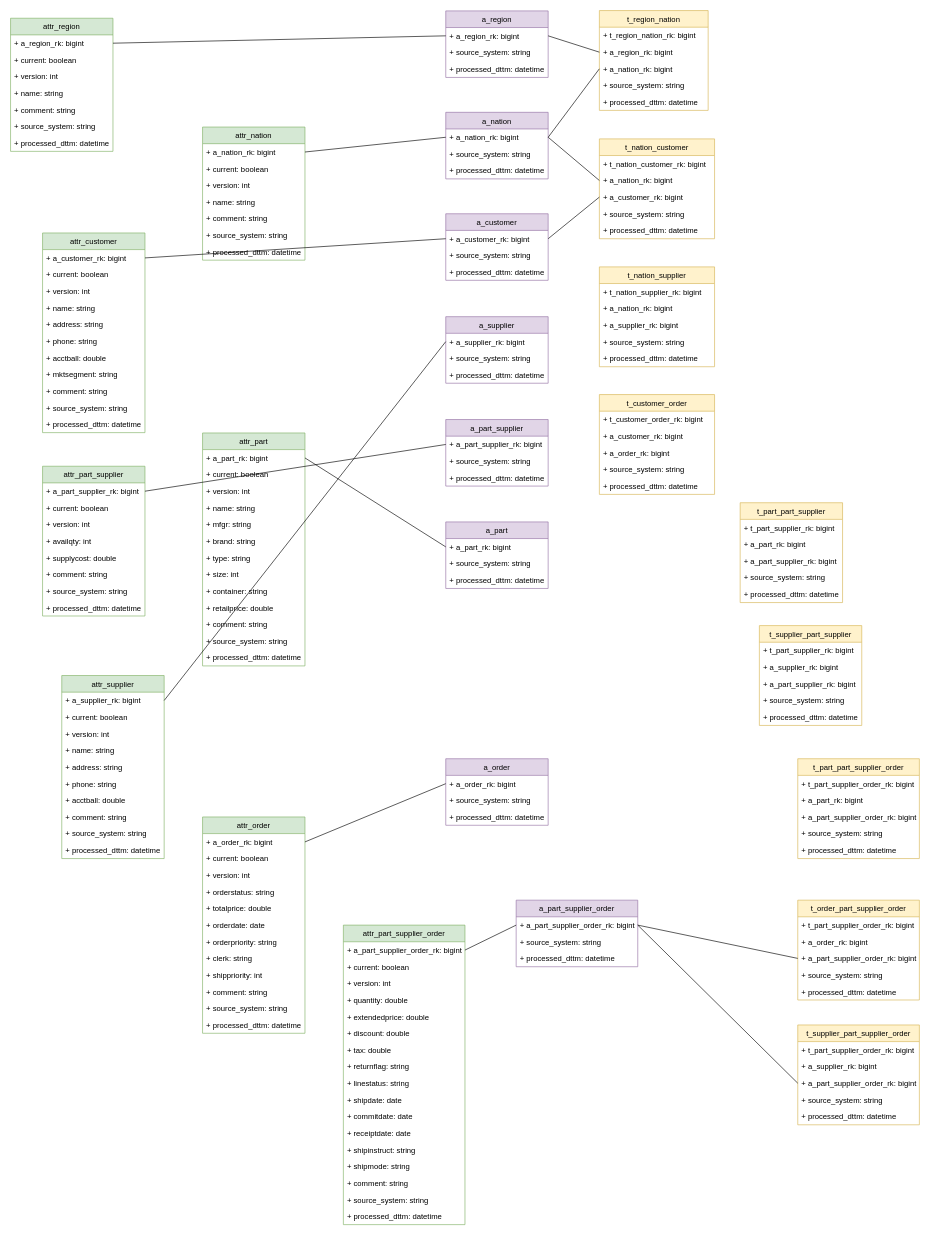
Earlier version of the draw.io diagram DZ1/Anchor.drawio (DMfananddu/DWH). Source tidied: cells renumbered, new cells numbered last; positions are measured from the earlier drawing's top-left corner, leaving out a move shared by most shapes. Both pictures are drawn from the tidied source at 64%, with x=0, y=0 at pixel (10, 10).
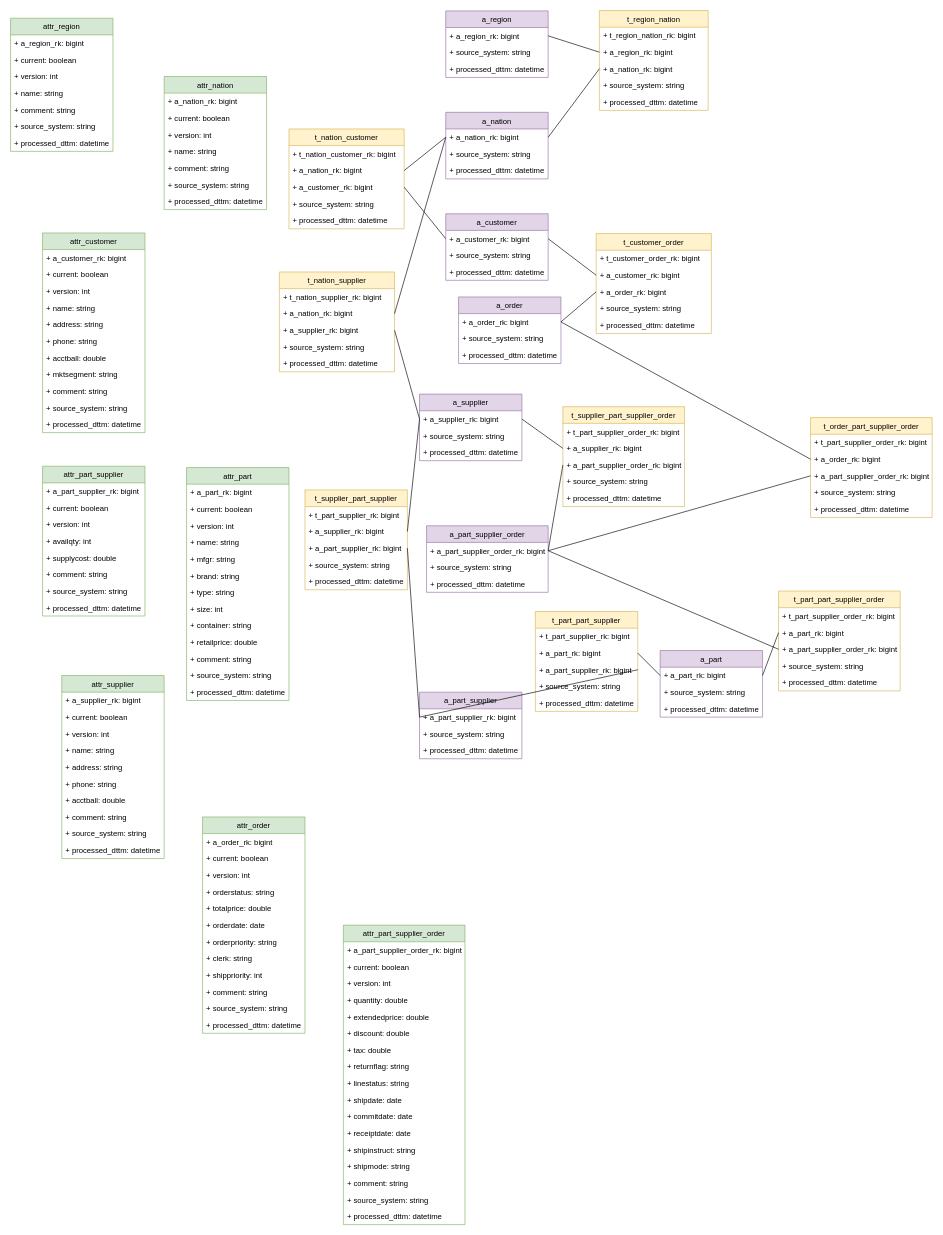
The same diagram, later.

The change refers to these unchanged cells:
```xml
<mxCell id="3" value="+ a_region_rk: bigint" style="text;strokeColor=none;fillColor=none;align=left;verticalAlign=top;spacingLeft=4;spacingRight=4;overflow=hidden;points=[[0,0.5],[1,0.5]];portConstraint=eastwest;" parent="2" vertex="1">
<mxCell id="7" value="+ a_region_rk: bigint" style="text;strokeColor=none;fillColor=none;align=left;verticalAlign=top;spacingLeft=4;spacingRight=4;overflow=hidden;points=[[0,0.5],[1,0.5]];portConstraint=eastwest;" parent="6" vertex="1">
<mxCell id="16" value="+ a_part_supplier_rk: bigint" style="text;strokeColor=none;fillColor=none;align=left;verticalAlign=top;spacingLeft=4;spacingRight=4;overflow=hidden;points=[[0,0.5],[1,0.5]];portConstraint=eastwest;" parent="15" vertex="1">
<mxCell id="20" value="+ a_part_supplier_order_rk: bigint" style="text;strokeColor=none;fillColor=none;align=left;verticalAlign=top;spacingLeft=4;spacingRight=4;overflow=hidden;points=[[0,0.5],[1,0.5]];portConstraint=eastwest;" parent="19" vertex="1">
<mxCell id="30" value="+ a_nation_rk: bigint" style="text;strokeColor=none;fillColor=none;align=left;verticalAlign=top;spacingLeft=4;spacingRight=4;overflow=hidden;points=[[0,0.5],[1,0.5]];portConstraint=eastwest;" parent="29" vertex="1">
<mxCell id="34" value="+ a_supplier_rk: bigint" style="text;strokeColor=none;fillColor=none;align=left;verticalAlign=top;spacingLeft=4;spacingRight=4;overflow=hidden;points=[[0,0.5],[1,0.5]];portConstraint=eastwest;" parent="33" vertex="1">
<mxCell id="38" value="+ a_customer_rk: bigint" style="text;strokeColor=none;fillColor=none;align=left;verticalAlign=top;spacingLeft=4;spacingRight=4;overflow=hidden;points=[[0,0.5],[1,0.5]];portConstraint=eastwest;" parent="37" vertex="1">
<mxCell id="42" value="+ a_order_rk: bigint" style="text;strokeColor=none;fillColor=none;align=left;verticalAlign=top;spacingLeft=4;spacingRight=4;overflow=hidden;points=[[0,0.5],[1,0.5]];portConstraint=eastwest;" parent="41" vertex="1">
<mxCell id="46" value="+ a_part_rk: bigint" style="text;strokeColor=none;fillColor=none;align=left;verticalAlign=top;spacingLeft=4;spacingRight=4;overflow=hidden;points=[[0,0.5],[1,0.5]];portConstraint=eastwest;" parent="45" vertex="1">
<mxCell id="53" value="+ a_nation_rk: bigint" style="text;strokeColor=none;fillColor=none;align=left;verticalAlign=top;spacingLeft=4;spacingRight=4;overflow=hidden;points=[[0,0.5],[1,0.5]];portConstraint=eastwest;" parent="51" vertex="1">
<mxCell id="54" value="+ a_customer_rk: bigint" style="text;strokeColor=none;fillColor=none;align=left;verticalAlign=top;spacingLeft=4;spacingRight=4;overflow=hidden;points=[[0,0.5],[1,0.5]];portConstraint=eastwest;" parent="51" vertex="1">
<mxCell id="59" value="+ a_nation_rk: bigint" style="text;strokeColor=none;fillColor=none;align=left;verticalAlign=top;spacingLeft=4;spacingRight=4;overflow=hidden;points=[[0,0.5],[1,0.5]];portConstraint=eastwest;" parent="57" vertex="1">
<mxCell id="60" value="+ a_supplier_rk: bigint" style="text;strokeColor=none;fillColor=none;align=left;verticalAlign=top;spacingLeft=4;spacingRight=4;overflow=hidden;points=[[0,0.5],[1,0.5]];portConstraint=eastwest;" parent="57" vertex="1">
<mxCell id="65" value="+ a_customer_rk: bigint" style="text;strokeColor=none;fillColor=none;align=left;verticalAlign=top;spacingLeft=4;spacingRight=4;overflow=hidden;points=[[0,0.5],[1,0.5]];portConstraint=eastwest;" parent="63" vertex="1">
<mxCell id="66" value="+ a_order_rk: bigint" style="text;strokeColor=none;fillColor=none;align=left;verticalAlign=top;spacingLeft=4;spacingRight=4;overflow=hidden;points=[[0,0.5],[1,0.5]];portConstraint=eastwest;" parent="63" vertex="1">
<mxCell id="72" value="+ a_nation_rk: bigint" style="text;strokeColor=none;fillColor=none;align=left;verticalAlign=top;spacingLeft=4;spacingRight=4;overflow=hidden;points=[[0,0.5],[1,0.5]];portConstraint=eastwest;" parent="71" vertex="1">
<mxCell id="81" value="+ a_customer_rk: bigint" style="text;strokeColor=none;fillColor=none;align=left;verticalAlign=top;spacingLeft=4;spacingRight=4;overflow=hidden;points=[[0,0.5],[1,0.5]];portConstraint=eastwest;" parent="80" vertex="1">
<mxCell id="94" value="+ a_part_rk: bigint" style="text;strokeColor=none;fillColor=none;align=left;verticalAlign=top;spacingLeft=4;spacingRight=4;overflow=hidden;points=[[0,0.5],[1,0.5]];portConstraint=eastwest;" parent="93" vertex="1">
<mxCell id="109" value="+ a_supplier_rk: bigint" style="text;strokeColor=none;fillColor=none;align=left;verticalAlign=top;spacingLeft=4;spacingRight=4;overflow=hidden;points=[[0,0.5],[1,0.5]];portConstraint=eastwest;" parent="108" vertex="1">
<mxCell id="120" value="+ a_order_rk: bigint" style="text;strokeColor=none;fillColor=none;align=left;verticalAlign=top;spacingLeft=4;spacingRight=4;overflow=hidden;points=[[0,0.5],[1,0.5]];portConstraint=eastwest;" parent="119" vertex="1">
<mxCell id="135" value="+ a_part_supplier_rk: bigint" style="text;strokeColor=none;fillColor=none;align=left;verticalAlign=top;spacingLeft=4;spacingRight=4;overflow=hidden;points=[[0,0.5],[1,0.5]];portConstraint=eastwest;" parent="134" vertex="1">
<mxCell id="144" value="+ a_part_supplier_order_rk: bigint" style="text;strokeColor=none;fillColor=none;align=left;verticalAlign=top;spacingLeft=4;spacingRight=4;overflow=hidden;points=[[0,0.5],[1,0.5]];portConstraint=eastwest;" parent="143" vertex="1">
<mxCell id="163" value="+ a_supplier_rk: bigint" style="text;strokeColor=none;fillColor=none;align=left;verticalAlign=top;spacingLeft=4;spacingRight=4;overflow=hidden;points=[[0,0.5],[1,0.5]];portConstraint=eastwest;" parent="161" vertex="1">
<mxCell id="164" value="+ a_part_supplier_rk: bigint" style="text;strokeColor=none;fillColor=none;align=left;verticalAlign=top;spacingLeft=4;spacingRight=4;overflow=hidden;points=[[0,0.5],[1,0.5]];portConstraint=eastwest;" parent="161" vertex="1">
<mxCell id="169" value="+ a_part_rk: bigint" style="text;strokeColor=none;fillColor=none;align=left;verticalAlign=top;spacingLeft=4;spacingRight=4;overflow=hidden;points=[[0,0.5],[1,0.5]];portConstraint=eastwest;" parent="167" vertex="1">
<mxCell id="170" value="+ a_part_supplier_rk: bigint" style="text;strokeColor=none;fillColor=none;align=left;verticalAlign=top;spacingLeft=4;spacingRight=4;overflow=hidden;points=[[0,0.5],[1,0.5]];portConstraint=eastwest;" parent="167" vertex="1">
<mxCell id="175" value="+ a_part_rk: bigint" style="text;strokeColor=none;fillColor=none;align=left;verticalAlign=top;spacingLeft=4;spacingRight=4;overflow=hidden;points=[[0,0.5],[1,0.5]];portConstraint=eastwest;" parent="173" vertex="1">
<mxCell id="176" value="+ a_part_supplier_order_rk: bigint" style="text;strokeColor=none;fillColor=none;align=left;verticalAlign=top;spacingLeft=4;spacingRight=4;overflow=hidden;points=[[0,0.5],[1,0.5]];portConstraint=eastwest;" parent="173" vertex="1">
<mxCell id="181" value="+ a_order_rk: bigint" style="text;strokeColor=none;fillColor=none;align=left;verticalAlign=top;spacingLeft=4;spacingRight=4;overflow=hidden;points=[[0,0.5],[1,0.5]];portConstraint=eastwest;" parent="179" vertex="1">
<mxCell id="182" value="+ a_part_supplier_order_rk: bigint" style="text;strokeColor=none;fillColor=none;align=left;verticalAlign=top;spacingLeft=4;spacingRight=4;overflow=hidden;points=[[0,0.5],[1,0.5]];portConstraint=eastwest;" parent="179" vertex="1">
<mxCell id="187" value="+ a_supplier_rk: bigint" style="text;strokeColor=none;fillColor=none;align=left;verticalAlign=top;spacingLeft=4;spacingRight=4;overflow=hidden;points=[[0,0.5],[1,0.5]];portConstraint=eastwest;" parent="185" vertex="1">
```

Change to the diagram source:
```diff
@@
-    <mxCell id="14" style="rounded=0;jettySize=auto;html=1;entryX=0;entryY=0.5;entryDx=0;entryDy=0;endArrow=none;endFill=0;exitX=1;exitY=0.5;exitDx=0;exitDy=0;" parent="1" edge="1" source="7" target="3">
-      <mxGeometry relative="1" as="geometry" />
-    </mxCell>
     <mxCell id="15" value="a_part_supplier" style="swimlane;fontStyle=0;horizontal=1;startSize=26;fillColor=#e1d5e7;verticalAlign=middle;strokeColor=#9673a6;" parent="1" vertex="1">
-      <mxGeometry x="680" y="639" width="160" height="104" as="geometry" />
+      <mxGeometry x="639" y="1065" width="160" height="104" as="geometry" />
     </mxCell>
@@
     <mxCell id="19" value="a_part_supplier_order" style="swimlane;fontStyle=0;horizontal=1;startSize=26;fillColor=#e1d5e7;strokeColor=#9673a6;" parent="1" vertex="1">
-      <mxGeometry x="790" y="1390" width="190" height="104" as="geometry" />
+      <mxGeometry x="650" y="805" width="190" height="104" as="geometry" />
     </mxCell>
@@
     <mxCell id="33" value="a_supplier" style="swimlane;fontStyle=0;horizontal=1;startSize=26;fillColor=#e1d5e7;align=center;verticalAlign=middle;strokeColor=#9673a6;" parent="1" vertex="1">
-      <mxGeometry x="680" y="478.3" width="160" height="104" as="geometry" />
+      <mxGeometry x="639" y="599.3" width="160" height="104" as="geometry" />
     </mxCell>
@@
     <mxCell id="41" value="a_order" style="swimlane;fontStyle=0;horizontal=1;startSize=26;fillColor=#e1d5e7;align=center;verticalAlign=middle;strokeColor=#9673a6;" parent="1" vertex="1">
-      <mxGeometry x="680" y="1169" width="160" height="104" as="geometry" />
+      <mxGeometry x="700" y="447.5" width="160" height="104" as="geometry" />
     </mxCell>
@@
     <mxCell id="45" value="a_part" style="swimlane;fontStyle=0;horizontal=1;startSize=26;fillColor=#e1d5e7;align=center;verticalAlign=middle;strokeColor=#9673a6;" parent="1" vertex="1">
-      <mxGeometry x="680" y="799" width="160" height="104" as="geometry" />
+      <mxGeometry x="1015" y="1000" width="160" height="104" as="geometry" />
     </mxCell>
@@
     <mxCell id="51" value="t_nation_customer" style="swimlane;fontStyle=0;horizontal=1;startSize=26;fillColor=#fff2cc;verticalAlign=middle;strokeColor=#d6b656;" parent="1" vertex="1">
-      <mxGeometry x="920" y="200.5" width="180" height="156" as="geometry" />
+      <mxGeometry x="435" y="185" width="180" height="156" as="geometry" />
     </mxCell>
@@
     <mxCell id="57" value="t_nation_supplier" style="swimlane;fontStyle=0;horizontal=1;startSize=26;fillColor=#fff2cc;verticalAlign=middle;strokeColor=#d6b656;" parent="1" vertex="1">
-      <mxGeometry x="920" y="400.5" width="180" height="156" as="geometry" />
+      <mxGeometry x="420" y="408.5" width="180" height="156" as="geometry" />
     </mxCell>
@@
     <mxCell id="63" value="t_customer_order" style="swimlane;fontStyle=0;horizontal=1;startSize=26;fillColor=#fff2cc;verticalAlign=middle;strokeColor=#d6b656;" parent="1" vertex="1">
-      <mxGeometry x="920" y="600" width="180" height="156" as="geometry" />
+      <mxGeometry x="915" y="348.5" width="180" height="156" as="geometry" />
     </mxCell>
@@
-    <mxCell id="69" style="rounded=0;jettySize=auto;html=1;exitX=1;exitY=0.5;exitDx=0;exitDy=0;entryX=0;entryY=0.5;entryDx=0;entryDy=0;endArrow=none;endFill=0;" parent="1" edge="1" source="30" target="53">
-      <mxGeometry relative="1" as="geometry" />
-    </mxCell>
-    <mxCell id="70" style="rounded=0;jettySize=auto;html=1;exitX=1;exitY=0.5;exitDx=0;exitDy=0;entryX=0;entryY=0.5;entryDx=0;entryDy=0;endArrow=none;endFill=0;" parent="1" edge="1" source="38" target="54">
-      <mxGeometry relative="1" as="geometry" />
-    </mxCell>
     <mxCell id="71" value="attr_nation" style="swimlane;fontStyle=0;horizontal=1;startSize=26;fillColor=#d5e8d4;strokeColor=#82b366;" parent="1" vertex="1">
-      <mxGeometry x="300" y="182" width="160" height="208" as="geometry" />
+      <mxGeometry x="240" y="103" width="160" height="208" as="geometry" />
     </mxCell>
@@
-    <mxCell id="79" style="edgeStyle=none;rounded=0;jettySize=auto;html=1;exitX=1;exitY=0.5;exitDx=0;exitDy=0;entryX=0;entryY=0.5;entryDx=0;entryDy=0;endArrow=none;endFill=0;" parent="1" edge="1" source="72" target="30">
-      <mxGeometry relative="1" as="geometry" />
-    </mxCell>
@@
-    <mxCell id="92" style="rounded=0;jettySize=auto;html=1;exitX=1;exitY=0.5;exitDx=0;exitDy=0;entryX=0;entryY=0.5;entryDx=0;entryDy=0;endArrow=none;endFill=0;" parent="1" edge="1" source="81" target="38">
-      <mxGeometry relative="1" as="geometry" />
-    </mxCell>
     <mxCell id="93" value="attr_part" style="swimlane;fontStyle=0;horizontal=1;startSize=26;fillColor=#d5e8d4;strokeColor=#82b366;" parent="1" vertex="1">
-      <mxGeometry x="300" y="660" width="160" height="364" as="geometry" />
+      <mxGeometry x="275" y="714" width="160" height="364" as="geometry" />
     </mxCell>
@@
-    <mxCell id="107" style="edgeStyle=none;rounded=0;jettySize=auto;html=1;exitX=1;exitY=0.5;exitDx=0;exitDy=0;entryX=0;entryY=0.5;entryDx=0;entryDy=0;endArrow=none;endFill=0;" parent="1" edge="1" source="94" target="46">
-      <mxGeometry relative="1" as="geometry" />
-    </mxCell>
@@
-    <mxCell id="132" style="edgeStyle=none;rounded=0;jettySize=auto;html=1;exitX=1;exitY=0.5;exitDx=0;exitDy=0;entryX=0;entryY=0.5;entryDx=0;entryDy=0;endArrow=none;endFill=0;" parent="1" edge="1" source="120" target="42">
-      <mxGeometry relative="1" as="geometry" />
-    </mxCell>
-    <mxCell id="133" style="edgeStyle=none;rounded=0;jettySize=auto;html=1;exitX=0;exitY=0.5;exitDx=0;exitDy=0;entryX=1;entryY=0.5;entryDx=0;entryDy=0;endArrow=none;endFill=0;" parent="1" edge="1" source="34" target="109">
-      <mxGeometry relative="1" as="geometry" />
-    </mxCell>
@@
     <mxCell id="161" value="t_supplier_part_supplier" style="swimlane;fontStyle=0;horizontal=1;startSize=26;fillColor=#fff2cc;verticalAlign=middle;strokeColor=#d6b656;" parent="1" vertex="1">
-      <mxGeometry x="1170" y="961" width="160" height="156" as="geometry" />
+      <mxGeometry x="460" y="749" width="160" height="156" as="geometry" />
     </mxCell>
@@
     <mxCell id="167" value="t_part_part_supplier" style="swimlane;fontStyle=0;horizontal=1;startSize=26;fillColor=#fff2cc;verticalAlign=middle;strokeColor=#d6b656;" parent="1" vertex="1">
-      <mxGeometry x="1140" y="769" width="160" height="156" as="geometry" />
+      <mxGeometry x="820" y="939" width="160" height="156" as="geometry" />
     </mxCell>
@@
     <mxCell id="173" value="t_part_part_supplier_order" style="swimlane;fontStyle=0;horizontal=1;startSize=26;fillColor=#fff2cc;strokeColor=#d6b656;" parent="1" vertex="1">
-      <mxGeometry x="1230" y="1169" width="190" height="156" as="geometry" />
+      <mxGeometry x="1200" y="907" width="190" height="156" as="geometry" />
     </mxCell>
@@
     <mxCell id="179" value="t_order_part_supplier_order" style="swimlane;fontStyle=0;horizontal=1;startSize=26;fillColor=#fff2cc;strokeColor=#d6b656;" parent="1" vertex="1">
-      <mxGeometry x="1230" y="1390" width="190" height="156" as="geometry" />
+      <mxGeometry x="1250" y="636" width="190" height="156" as="geometry" />
     </mxCell>
@@
     <mxCell id="185" value="t_supplier_part_supplier_order" style="swimlane;fontStyle=0;horizontal=1;startSize=26;fillColor=#fff2cc;strokeColor=#d6b656;" parent="1" vertex="1">
-      <mxGeometry x="1230" y="1585" width="190" height="156" as="geometry" />
+      <mxGeometry x="863" y="619" width="190" height="156" as="geometry" />
     </mxCell>
@@
-    <mxCell id="191" style="edgeStyle=none;rounded=0;jettySize=auto;html=1;exitX=0;exitY=0.5;exitDx=0;exitDy=0;entryX=1;entryY=0.5;entryDx=0;entryDy=0;endArrow=none;endFill=0;" parent="1" edge="1" source="16" target="135">
-      <mxGeometry relative="1" as="geometry" />
-    </mxCell>
-    <mxCell id="192" style="edgeStyle=none;rounded=0;jettySize=auto;html=1;exitX=1;exitY=0.5;exitDx=0;exitDy=0;entryX=0;entryY=0.5;entryDx=0;entryDy=0;endArrow=none;endFill=0;" parent="1" edge="1" source="20" target="182">
-      <mxGeometry relative="1" as="geometry" />
-    </mxCell>
+    <mxCell id="195" style="edgeStyle=none;rounded=0;jettySize=auto;html=1;exitX=0;exitY=0.5;exitDx=0;exitDy=0;entryX=1;entryY=0.5;entryDx=0;entryDy=0;endArrow=none;endFill=0;" parent="1" edge="1" source="34" target="60">
+      <mxGeometry relative="1" as="geometry" />
+    </mxCell>
+    <mxCell id="69" style="edgeStyle=none;rounded=0;jettySize=auto;html=1;exitX=0;exitY=0.5;exitDx=0;exitDy=0;entryX=1;entryY=0.5;entryDx=0;entryDy=0;endArrow=none;endFill=0;" parent="1" edge="1" source="30" target="53">
+      <mxGeometry relative="1" as="geometry" />
+    </mxCell>
+    <mxCell id="70" style="edgeStyle=none;rounded=0;jettySize=auto;html=1;exitX=0;exitY=0.5;exitDx=0;exitDy=0;entryX=1;entryY=0.5;entryDx=0;entryDy=0;endArrow=none;endFill=0;" parent="1" edge="1" source="38" target="54">
+      <mxGeometry relative="1" as="geometry" />
+    </mxCell>
+    <mxCell id="196" style="edgeStyle=none;rounded=0;jettySize=auto;html=1;exitX=0;exitY=0.5;exitDx=0;exitDy=0;entryX=1;entryY=0.5;entryDx=0;entryDy=0;endArrow=none;endFill=0;" parent="1" edge="1" source="30" target="59">
+      <mxGeometry relative="1" as="geometry" />
+    </mxCell>
+    <mxCell id="197" style="edgeStyle=none;rounded=0;jettySize=auto;html=1;exitX=0;exitY=0.5;exitDx=0;exitDy=0;entryX=1;entryY=0.5;entryDx=0;entryDy=0;endArrow=none;endFill=0;" parent="1" edge="1" source="65" target="38">
+      <mxGeometry relative="1" as="geometry" />
+    </mxCell>
+    <mxCell id="198" style="edgeStyle=none;rounded=0;jettySize=auto;html=1;exitX=0;exitY=0.5;exitDx=0;exitDy=0;entryX=1;entryY=0.5;entryDx=0;entryDy=0;endArrow=none;endFill=0;" parent="1" edge="1" source="66" target="42">
+      <mxGeometry relative="1" as="geometry" />
+    </mxCell>
+    <mxCell id="199" style="edgeStyle=none;rounded=0;jettySize=auto;html=1;exitX=0;exitY=0.5;exitDx=0;exitDy=0;entryX=1;entryY=0.5;entryDx=0;entryDy=0;endArrow=none;endFill=0;" parent="1" edge="1" source="16" target="170">
+      <mxGeometry relative="1" as="geometry" />
+    </mxCell>
+    <mxCell id="200" style="edgeStyle=none;rounded=0;jettySize=auto;html=1;exitX=0;exitY=0.5;exitDx=0;exitDy=0;entryX=1;entryY=0.5;entryDx=0;entryDy=0;endArrow=none;endFill=0;" parent="1" edge="1" source="46" target="169">
+      <mxGeometry relative="1" as="geometry" />
+    </mxCell>
+    <mxCell id="201" style="edgeStyle=none;rounded=0;jettySize=auto;html=1;exitX=0;exitY=0.5;exitDx=0;exitDy=0;entryX=1;entryY=0.5;entryDx=0;entryDy=0;endArrow=none;endFill=0;" parent="1" edge="1" source="176" target="20">
+      <mxGeometry relative="1" as="geometry" />
+    </mxCell>
+    <mxCell id="202" style="edgeStyle=none;rounded=0;jettySize=auto;html=1;exitX=1;exitY=0.5;exitDx=0;exitDy=0;entryX=0;entryY=0.5;entryDx=0;entryDy=0;endArrow=none;endFill=0;" parent="1" edge="1" source="46" target="175">
+      <mxGeometry relative="1" as="geometry" />
+    </mxCell>
+    <mxCell id="203" style="edgeStyle=none;rounded=0;jettySize=auto;html=1;exitX=0;exitY=0.5;exitDx=0;exitDy=0;entryX=1;entryY=0.5;entryDx=0;entryDy=0;endArrow=none;endFill=0;" parent="1" edge="1" source="181" target="42">
+      <mxGeometry relative="1" as="geometry" />
+    </mxCell>
+    <mxCell id="204" style="edgeStyle=none;rounded=0;jettySize=auto;html=1;exitX=0;exitY=0.5;exitDx=0;exitDy=0;entryX=1;entryY=0.5;entryDx=0;entryDy=0;endArrow=none;endFill=0;" parent="1" edge="1" source="182" target="20">
+      <mxGeometry relative="1" as="geometry" />
+    </mxCell>
+    <mxCell id="205" style="edgeStyle=none;rounded=0;jettySize=auto;html=1;exitX=1;exitY=0.5;exitDx=0;exitDy=0;entryX=0;entryY=0.5;entryDx=0;entryDy=0;endArrow=none;endFill=0;" parent="1" edge="1" source="164" target="16">
+      <mxGeometry relative="1" as="geometry" />
+    </mxCell>
+    <mxCell id="206" style="edgeStyle=none;rounded=0;jettySize=auto;html=1;exitX=0;exitY=0.5;exitDx=0;exitDy=0;entryX=1;entryY=0.5;entryDx=0;entryDy=0;endArrow=none;endFill=0;" parent="1" edge="1" source="34" target="163">
+      <mxGeometry relative="1" as="geometry" />
+    </mxCell>
+    <mxCell id="207" style="edgeStyle=none;rounded=0;jettySize=auto;html=1;exitX=0;exitY=0.5;exitDx=0;exitDy=0;entryX=1;entryY=0.5;entryDx=0;entryDy=0;endArrow=none;endFill=0;" parent="1" edge="1" source="187" target="34">
+      <mxGeometry relative="1" as="geometry" />
+    </mxCell>
@@
-    <mxCell id="194" style="edgeStyle=none;rounded=0;jettySize=auto;html=1;exitX=0;exitY=0.5;exitDx=0;exitDy=0;entryX=1;entryY=0.5;entryDx=0;entryDy=0;endArrow=none;endFill=0;" parent="1" edge="1" source="20" target="144">
-      <mxGeometry relative="1" as="geometry" />
-    </mxCell>
```
